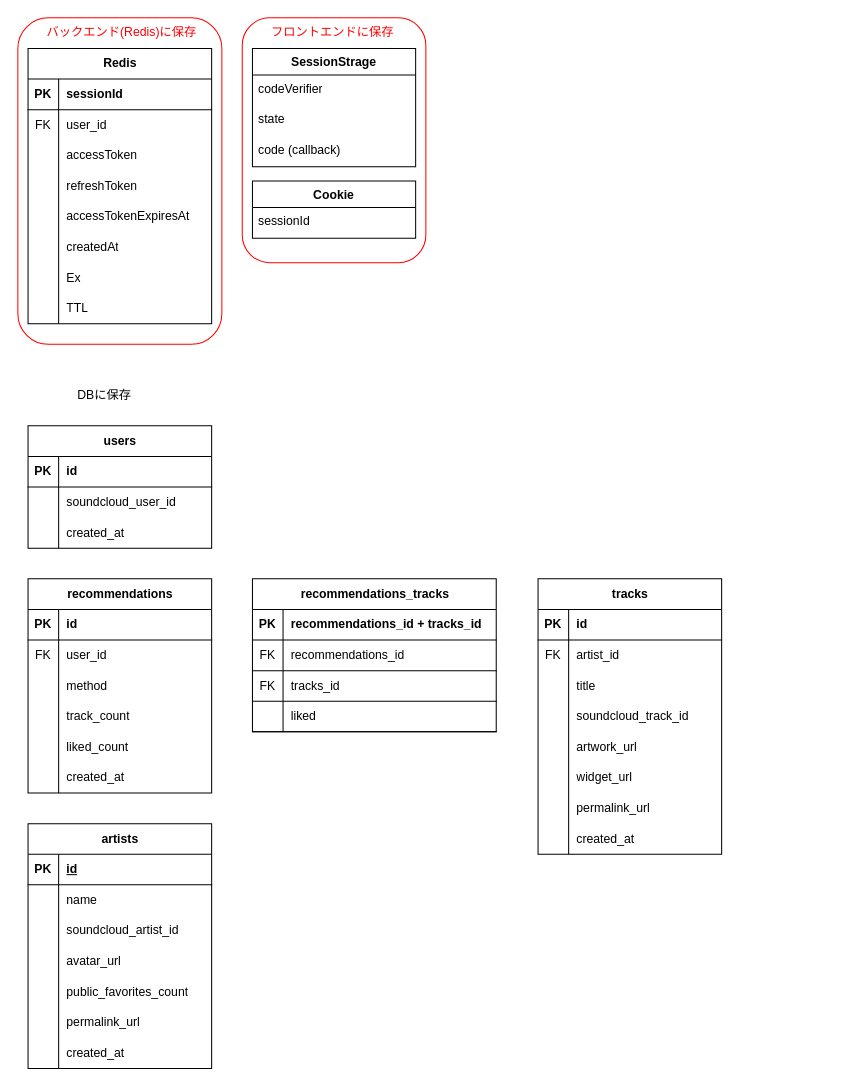
The draw.io diagram docs/er-diagram.drawio in eito0518/digbeats-v3, before the edit. Source tidied: cells renumbered, new cells numbered last; positions are measured from the earlier drawing's top-left corner, leaving out a move shared by most shapes. Both pictures are drawn from the tidied source at 102%, with x=0, y=0 at pixel (17, 17).
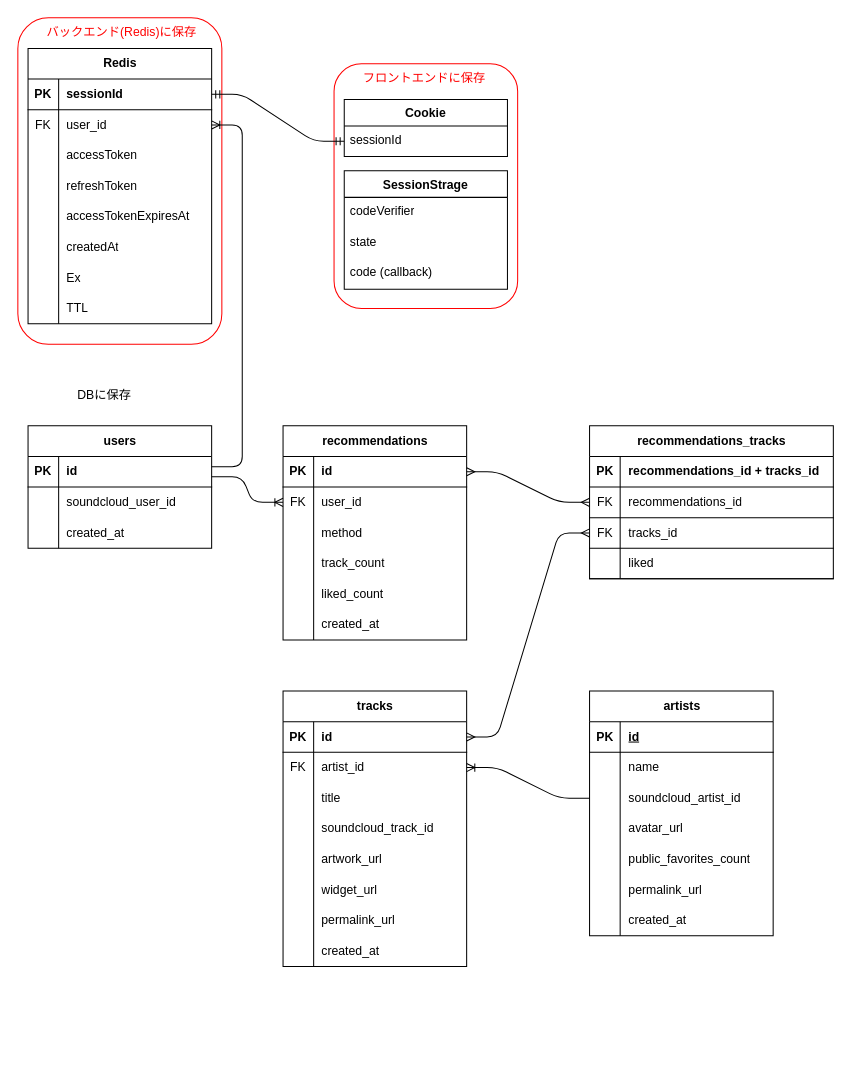
The same page after the edit.

Commit message (it also covers changes not shown here):
feat(auth): add basic repositories and interfaces for layered architecture

Unchanged cells that the change refers to:
```xml
<mxCell id="5" style="shape=tableRow;horizontal=0;startSize=0;swimlaneHead=0;swimlaneBody=0;fillColor=none;points=[[0,0.5],[1,0.5]];portConstraint=eastwest;top=0;left=0;right=0;bottom=1;" parent="4" vertex="1">
  <mxGeometry y="30" width="180" height="30" as="geometry" />
</mxCell>
<mxCell id="15" value="sessionId" style="text;strokeColor=none;fillColor=none;spacingLeft=4;spacingRight=4;overflow=hidden;points=[[0,0.5],[1,0.5]];portConstraint=eastwest;fontSize=12;whiteSpace=wrap;html=1;" parent="14" vertex="1">
  <mxGeometry y="26" width="160" height="30" as="geometry" />
</mxCell>
<mxCell id="21" style="shape=tableRow;horizontal=0;startSize=0;swimlaneHead=0;swimlaneBody=0;fillColor=none;points=[[0,0.5],[1,0.5]];portConstraint=eastwest;top=0;left=0;right=0;bottom=1;" parent="20" vertex="1">
  <mxGeometry y="30" width="180" height="30" as="geometry" />
</mxCell>
<mxCell id="24" style="shape=tableRow;horizontal=0;startSize=0;swimlaneHead=0;swimlaneBody=0;fillColor=none;points=[[0,0.5],[1,0.5]];portConstraint=eastwest;top=0;left=0;right=0;bottom=0;" parent="20" vertex="1">
  <mxGeometry y="60" width="180" height="30" as="geometry" />
</mxCell>
<mxCell id="47" style="shape=tableRow;horizontal=0;startSize=0;swimlaneHead=0;swimlaneBody=0;fillColor=none;points=[[0,0.5],[1,0.5]];portConstraint=eastwest;top=0;left=0;right=0;bottom=1;" parent="46" vertex="1">
  <mxGeometry y="30" width="180" height="30" as="geometry" />
</mxCell>
<mxCell id="50" style="shape=tableRow;horizontal=0;startSize=0;swimlaneHead=0;swimlaneBody=0;fillColor=none;points=[[0,0.5],[1,0.5]];portConstraint=eastwest;top=0;left=0;right=0;bottom=0;" parent="46" vertex="1">
  <mxGeometry y="60" width="180" height="30" as="geometry" />
</mxCell>
<mxCell id="66" style="shape=tableRow;horizontal=0;startSize=0;swimlaneHead=0;swimlaneBody=0;fillColor=none;points=[[0,0.5],[1,0.5]];portConstraint=eastwest;top=0;left=0;right=0;bottom=1;" parent="65" vertex="1">
  <mxGeometry y="30" width="180" height="30" as="geometry" />
</mxCell>
<mxCell id="69" style="shape=tableRow;horizontal=0;startSize=0;swimlaneHead=0;swimlaneBody=0;fillColor=none;points=[[0,0.5],[1,0.5]];portConstraint=eastwest;top=0;left=0;right=0;bottom=0;" parent="65" vertex="1">
  <mxGeometry y="60" width="180" height="30" as="geometry" />
</mxCell>
<mxCell id="97" style="shape=tableRow;horizontal=0;startSize=0;swimlaneHead=0;swimlaneBody=0;fillColor=none;points=[[0,0.5],[1,0.5]];portConstraint=eastwest;top=0;left=0;right=0;bottom=0;" parent="90" vertex="1">
  <mxGeometry y="90" width="180" height="30" as="geometry" />
</mxCell>
<mxCell id="116" style="shape=tableRow;horizontal=0;startSize=0;swimlaneHead=0;swimlaneBody=0;fillColor=none;points=[[0,0.5],[1,0.5]];portConstraint=eastwest;top=0;left=0;right=0;bottom=1;" parent="112" vertex="1">
  <mxGeometry y="60" width="239" height="30" as="geometry" />
</mxCell>
<mxCell id="119" style="shape=tableRow;horizontal=0;startSize=0;swimlaneHead=0;swimlaneBody=0;fillColor=none;points=[[0,0.5],[1,0.5]];portConstraint=eastwest;top=0;left=0;right=0;bottom=1;" parent="112" vertex="1">
  <mxGeometry y="90" width="239" height="30" as="geometry" />
</mxCell>
```

Change to the diagram source:
```diff
@@
     <mxCell id="3" value="&lt;font style=&quot;color: rgb(255, 0, 0);&quot;&gt;&lt;span style=&quot;white-space: pre;&quot;&gt;&#9;&lt;/span&gt;フロントエンドに保存&lt;/font&gt;" style="rounded=1;whiteSpace=wrap;html=1;strokeColor=#FF0000;fillColor=none;align=left;verticalAlign=top;" parent="1" vertex="1">
-      <mxGeometry x="220" width="180" height="240" as="geometry" />
+      <mxGeometry x="310" y="45" width="180" height="240" as="geometry" />
     </mxCell>
@@
     <mxCell id="14" value="Cookie" style="swimlane;fontStyle=1;horizontal=1;startSize=26;align=center;fontSize=12;" parent="1" vertex="1">
-      <mxGeometry x="230" y="160" width="160" height="56" as="geometry" />
+      <mxGeometry x="320" y="80" width="160" height="56" as="geometry" />
     </mxCell>
@@
     <mxCell id="16" value="SessionStrage" style="swimlane;fontStyle=1;horizontal=1;startSize=26;align=center;fontSize=12;" parent="1" vertex="1">
-      <mxGeometry x="230" y="30" width="160" height="116" as="geometry" />
+      <mxGeometry x="320" y="150" width="160" height="116" as="geometry" />
     </mxCell>
@@
     <mxCell id="46" value="recommendations" style="shape=table;startSize=30;childLayout=tableLayout;rowLines=0;fontStyle=1;align=center;html=1;" parent="1" vertex="1">
-      <mxGeometry x="10" y="550" width="180" height="210" as="geometry" />
+      <mxGeometry x="260" y="400" width="180" height="210" as="geometry" />
     </mxCell>
@@
     <mxCell id="65" value="tracks" style="shape=table;startSize=30;childLayout=tableLayout;rowLines=0;fontStyle=1;align=center;html=1;" parent="1" vertex="1">
-      <mxGeometry x="510" y="550" width="180" height="270" as="geometry" />
+      <mxGeometry x="260" y="660" width="180" height="270" as="geometry" />
     </mxCell>
@@
     <mxCell id="90" value="artists" style="shape=table;startSize=30;childLayout=tableLayout;rowLines=0;fontStyle=1;align=center;html=1;" parent="1" vertex="1">
-      <mxGeometry x="10" y="790" width="180" height="240" as="geometry" />
+      <mxGeometry x="560.5" y="660" width="180" height="240" as="geometry" />
     </mxCell>
@@
     <mxCell id="112" value="recommendations_tracks" style="shape=table;startSize=30;childLayout=tableLayout;rowLines=0;fontStyle=1;align=center;html=1;" parent="1" vertex="1">
-      <mxGeometry x="230" y="550" width="239" height="150" as="geometry" />
+      <mxGeometry x="560.5" y="400" width="239" height="150" as="geometry" />
     </mxCell>
@@
+    <mxCell id="125" style="edgeStyle=entityRelationEdgeStyle;fontSize=12;html=1;endArrow=ERoneToMany;exitX=1;exitY=0.333;exitDx=0;exitDy=0;exitPerimeter=0;" parent="1" edge="1" source="5" target="24">
+      <mxGeometry relative="1" as="geometry" />
+    </mxCell>
+    <mxCell id="126" style="edgeStyle=entityRelationEdgeStyle;fontSize=12;html=1;endArrow=ERmandOne;startArrow=ERmandOne;exitX=1;exitY=0.5;exitDx=0;exitDy=0;" parent="1" edge="1" source="21" target="15">
+      <mxGeometry relative="1" as="geometry">
+        <Array as="points">
+          <mxPoint x="280" y="80" />
+          <mxPoint x="270" y="75" />
+        </Array>
+      </mxGeometry>
+    </mxCell>
+    <mxCell id="127" style="edgeStyle=entityRelationEdgeStyle;fontSize=12;html=1;endArrow=ERoneToMany;exitX=1;exitY=0.667;exitDx=0;exitDy=0;exitPerimeter=0;" parent="1" edge="1" source="5" target="50">
+      <mxGeometry relative="1" as="geometry" />
+    </mxCell>
+    <mxCell id="128" style="edgeStyle=entityRelationEdgeStyle;fontSize=12;html=1;endArrow=ERmany;startArrow=ERmany;exitX=1;exitY=0.5;exitDx=0;exitDy=0;entryX=0;entryY=0.5;entryDx=0;entryDy=0;" parent="1" edge="1" source="47" target="116">
+      <mxGeometry relative="1" as="geometry" />
+    </mxCell>
+    <mxCell id="129" style="edgeStyle=entityRelationEdgeStyle;fontSize=12;html=1;endArrow=ERmany;startArrow=ERmany;" parent="1" edge="1" source="119" target="66">
+      <mxGeometry relative="1" as="geometry" />
+    </mxCell>
+    <mxCell id="130" style="edgeStyle=entityRelationEdgeStyle;fontSize=12;html=1;endArrow=ERoneToMany;" parent="1" edge="1" source="97" target="69">
+      <mxGeometry relative="1" as="geometry">
+        <Array as="points">
+          <mxPoint x="490" y="810" />
+        </Array>
+      </mxGeometry>
+    </mxCell>
```
